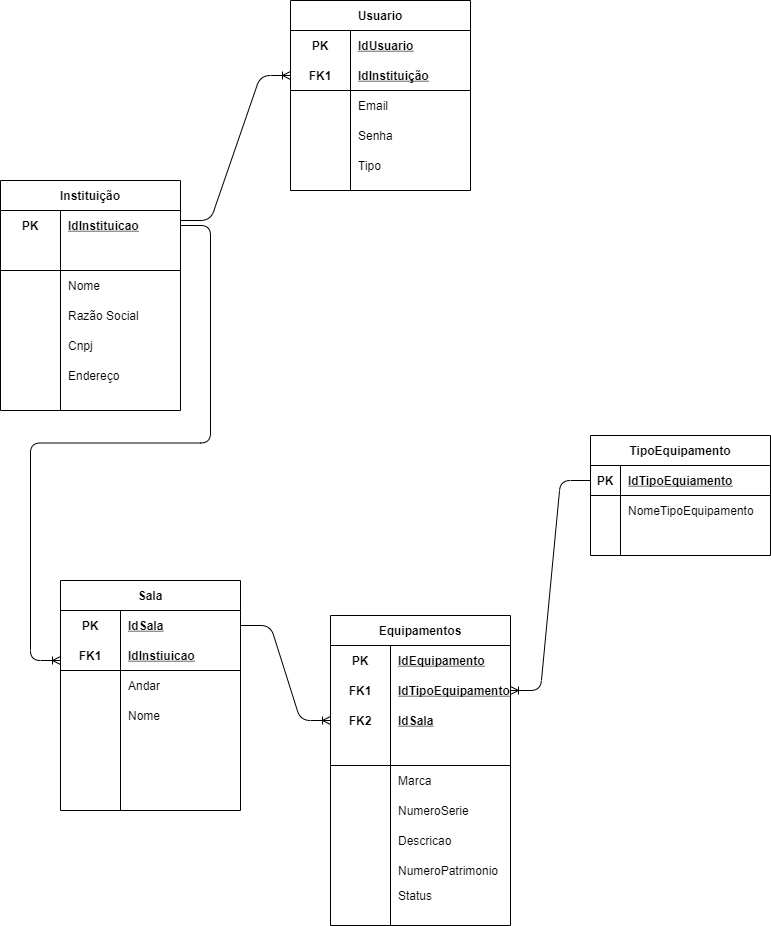
This is Banco de dados/Modelagem/ModelagemBancodeDados-Lógico.png from mateusrodsilva/Projeto_Inicial-3T, a draw.io export, as it was before one commit. Source tidied: cells renumbered, new cells last; positions are measured from the earlier drawing's top-left corner, leaving out a move shared by most shapes. Source of this version:
```xml
<mxGraphModel>
  <root>
    <mxCell id="0" />
    <mxCell id="1" parent="0" />
    <mxCell id="2" value="Usuario" style="shape=table;startSize=30;rowLines=0;fontStyle=1;align=center;" parent="1" vertex="1">
      <mxGeometry x="290" width="180" height="190" as="geometry" />
    </mxCell>
    <mxCell id="3" style="shape=partialRectangle;fillColor=none;top=0;left=0;bottom=0;right=0;" parent="2" vertex="1">
      <mxGeometry y="30" width="180" height="30" as="geometry" />
    </mxCell>
    <mxCell id="4" value="PK" style="shape=partialRectangle;fillColor=none;top=0;left=0;bottom=0;right=0;fontStyle=1;overflow=hidden;" parent="3" vertex="1">
      <mxGeometry width="60" height="30" as="geometry" />
    </mxCell>
    <mxCell id="5" value="IdUsuario" style="shape=partialRectangle;fillColor=none;top=0;left=0;bottom=0;right=0;align=left;spacingLeft=6;fontStyle=5;overflow=hidden;" parent="3" vertex="1">
      <mxGeometry x="60" width="120" height="30" as="geometry" />
    </mxCell>
    <mxCell id="6" style="shape=partialRectangle;fillColor=none;top=0;left=0;bottom=1;right=0;points=[[0,0.5],[1,0.5]];portConstraint=eastwest;" parent="2" vertex="1">
      <mxGeometry y="60" width="180" height="30" as="geometry" />
    </mxCell>
    <mxCell id="7" value="FK1" style="shape=partialRectangle;fillColor=none;top=0;left=0;bottom=0;right=0;fontStyle=1;overflow=hidden;" parent="6" vertex="1">
      <mxGeometry width="60" height="30" as="geometry" />
    </mxCell>
    <mxCell id="8" value="IdInstituição" style="shape=partialRectangle;fillColor=none;top=0;left=0;bottom=0;right=0;align=left;spacingLeft=6;fontStyle=5;overflow=hidden;" parent="6" vertex="1">
      <mxGeometry x="60" width="120" height="30" as="geometry" />
    </mxCell>
    <mxCell id="9" style="shape=partialRectangle;fillColor=none;top=0;left=0;bottom=0;right=0;" parent="2" vertex="1">
      <mxGeometry y="90" width="180" height="30" as="geometry" />
    </mxCell>
    <mxCell id="10" style="shape=partialRectangle;fillColor=none;top=0;left=0;bottom=0;right=0;overflow=hidden;" parent="9" vertex="1">
      <mxGeometry width="60" height="30" as="geometry" />
    </mxCell>
    <mxCell id="11" value="Email" style="shape=partialRectangle;fillColor=none;top=0;left=0;bottom=0;right=0;align=left;spacingLeft=6;overflow=hidden;" parent="9" vertex="1">
      <mxGeometry x="60" width="120" height="30" as="geometry" />
    </mxCell>
    <mxCell id="12" style="shape=partialRectangle;fillColor=none;top=0;left=0;bottom=0;right=0;" parent="2" vertex="1">
      <mxGeometry y="120" width="180" height="30" as="geometry" />
    </mxCell>
    <mxCell id="13" style="shape=partialRectangle;fillColor=none;top=0;left=0;bottom=0;right=0;overflow=hidden;" parent="12" vertex="1">
      <mxGeometry width="60" height="30" as="geometry" />
    </mxCell>
    <mxCell id="14" value="Senha" style="shape=partialRectangle;fillColor=none;top=0;left=0;bottom=0;right=0;align=left;spacingLeft=6;overflow=hidden;" parent="12" vertex="1">
      <mxGeometry x="60" width="120" height="30" as="geometry" />
    </mxCell>
    <mxCell id="15" value="TipoEquipamento" style="shape=table;startSize=30;rowLines=0;fontStyle=1;align=center;" parent="1" vertex="1">
      <mxGeometry x="590" y="435" width="180" height="120" as="geometry" />
    </mxCell>
    <mxCell id="16" style="shape=partialRectangle;fillColor=none;top=0;left=0;bottom=1;right=0;points=[[0,0.5],[1,0.5]];portConstraint=eastwest;" parent="15" vertex="1">
      <mxGeometry y="30" width="180" height="30" as="geometry" />
    </mxCell>
    <mxCell id="17" value="PK" style="shape=partialRectangle;fillColor=none;top=0;left=0;bottom=0;right=0;fontStyle=1;overflow=hidden;" parent="16" vertex="1">
      <mxGeometry width="30" height="30" as="geometry" />
    </mxCell>
    <mxCell id="18" value="IdTipoEquiamento" style="shape=partialRectangle;fillColor=none;top=0;left=0;bottom=0;right=0;align=left;spacingLeft=6;fontStyle=5;overflow=hidden;" parent="16" vertex="1">
      <mxGeometry x="30" width="150" height="30" as="geometry" />
    </mxCell>
    <mxCell id="19" style="shape=partialRectangle;fillColor=none;top=0;left=0;bottom=0;right=0;" parent="15" vertex="1">
      <mxGeometry y="60" width="180" height="30" as="geometry" />
    </mxCell>
    <mxCell id="20" style="shape=partialRectangle;fillColor=none;top=0;left=0;bottom=0;right=0;overflow=hidden;" parent="19" vertex="1">
      <mxGeometry width="30" height="30" as="geometry" />
    </mxCell>
    <mxCell id="21" value="NomeTipoEquipamento" style="shape=partialRectangle;fillColor=none;top=0;left=0;bottom=0;right=0;align=left;spacingLeft=6;overflow=hidden;" parent="19" vertex="1">
      <mxGeometry x="30" width="150" height="30" as="geometry" />
    </mxCell>
    <mxCell id="22" style="shape=partialRectangle;fillColor=none;top=0;left=0;bottom=0;right=0;" parent="15" vertex="1">
      <mxGeometry y="90" width="180" height="30" as="geometry" />
    </mxCell>
    <mxCell id="23" style="shape=partialRectangle;fillColor=none;top=0;left=0;bottom=0;right=0;overflow=hidden;" parent="22" vertex="1">
      <mxGeometry width="30" height="30" as="geometry" />
    </mxCell>
    <mxCell id="24" style="shape=partialRectangle;fillColor=none;top=0;left=0;bottom=0;right=0;align=left;spacingLeft=6;overflow=hidden;" parent="22" vertex="1">
      <mxGeometry x="30" width="150" height="30" as="geometry" />
    </mxCell>
    <mxCell id="25" value="Equipamentos" style="shape=table;startSize=30;rowLines=0;fontStyle=1;align=center;" parent="1" vertex="1">
      <mxGeometry x="330" y="615" width="180" height="310" as="geometry" />
    </mxCell>
    <mxCell id="26" style="shape=partialRectangle;fillColor=none;top=0;left=0;bottom=0;right=0;" parent="25" vertex="1">
      <mxGeometry y="30" width="180" height="30" as="geometry" />
    </mxCell>
    <mxCell id="27" value="PK" style="shape=partialRectangle;fillColor=none;top=0;left=0;bottom=0;right=0;fontStyle=1;overflow=hidden;" parent="26" vertex="1">
      <mxGeometry width="60" height="30" as="geometry" />
    </mxCell>
    <mxCell id="28" value="IdEquipamento" style="shape=partialRectangle;fillColor=none;top=0;left=0;bottom=0;right=0;align=left;spacingLeft=6;fontStyle=5;overflow=hidden;" parent="26" vertex="1">
      <mxGeometry x="60" width="120" height="30" as="geometry" />
    </mxCell>
    <mxCell id="29" style="shape=partialRectangle;fillColor=none;top=0;left=0;bottom=1;right=0;points=[[0,0.5],[1,0.5]];portConstraint=eastwest;" parent="25" vertex="1">
      <mxGeometry y="60" width="180" height="90" as="geometry" />
    </mxCell>
    <mxCell id="30" value="FK2" style="shape=partialRectangle;fillColor=none;top=0;left=0;bottom=0;right=0;fontStyle=1;overflow=hidden;" parent="29" vertex="1">
      <mxGeometry width="60" height="90" as="geometry" />
    </mxCell>
    <mxCell id="31" value="IdSala" style="shape=partialRectangle;fillColor=none;top=0;left=0;bottom=0;right=0;align=left;spacingLeft=6;fontStyle=5;overflow=hidden;" parent="29" vertex="1">
      <mxGeometry x="60" width="120" height="90" as="geometry" />
    </mxCell>
    <mxCell id="32" style="shape=partialRectangle;fillColor=none;top=0;left=0;bottom=0;right=0;" parent="25" vertex="1">
      <mxGeometry y="150" width="180" height="30" as="geometry" />
    </mxCell>
    <mxCell id="33" style="shape=partialRectangle;fillColor=none;top=0;left=0;bottom=0;right=0;overflow=hidden;" parent="32" vertex="1">
      <mxGeometry width="60" height="30" as="geometry" />
    </mxCell>
    <mxCell id="34" value="Marca" style="shape=partialRectangle;fillColor=none;top=0;left=0;bottom=0;right=0;align=left;spacingLeft=6;overflow=hidden;" parent="32" vertex="1">
      <mxGeometry x="60" width="120" height="30" as="geometry" />
    </mxCell>
    <mxCell id="35" style="shape=partialRectangle;fillColor=none;top=0;left=0;bottom=0;right=0;" parent="25" vertex="1">
      <mxGeometry y="180" width="180" height="30" as="geometry" />
    </mxCell>
    <mxCell id="36" style="shape=partialRectangle;fillColor=none;top=0;left=0;bottom=0;right=0;overflow=hidden;" parent="35" vertex="1">
      <mxGeometry width="60" height="30" as="geometry" />
    </mxCell>
    <mxCell id="37" value="NumeroSerie" style="shape=partialRectangle;fillColor=none;top=0;left=0;bottom=0;right=0;align=left;spacingLeft=6;overflow=hidden;" parent="35" vertex="1">
      <mxGeometry x="60" width="120" height="30" as="geometry" />
    </mxCell>
    <mxCell id="38" style="shape=partialRectangle;fillColor=none;top=0;left=0;bottom=0;right=0;points=[[0,0.5],[1,0.5]];portConstraint=eastwest;" parent="1" vertex="1">
      <mxGeometry x="330" y="675" width="180" height="30" as="geometry" />
    </mxCell>
    <mxCell id="39" value="FK1" style="shape=partialRectangle;fillColor=none;top=0;left=0;bottom=0;right=0;fontStyle=1;overflow=hidden;" parent="38" vertex="1">
      <mxGeometry width="60" height="30" as="geometry" />
    </mxCell>
    <mxCell id="40" value="IdTipoEquipamento" style="shape=partialRectangle;fillColor=none;top=0;left=0;bottom=0;right=0;align=left;spacingLeft=6;fontStyle=5;overflow=hidden;" parent="38" vertex="1">
      <mxGeometry x="60" width="120" height="30" as="geometry" />
    </mxCell>
    <mxCell id="41" style="shape=partialRectangle;fillColor=none;top=0;left=0;bottom=0;right=0;" parent="1" vertex="1">
      <mxGeometry x="330" y="825" width="180" height="30" as="geometry" />
    </mxCell>
    <mxCell id="42" style="shape=partialRectangle;fillColor=none;top=0;left=0;bottom=0;right=0;overflow=hidden;" parent="41" vertex="1">
      <mxGeometry width="60" height="30" as="geometry" />
    </mxCell>
    <mxCell id="43" value="Descricao" style="shape=partialRectangle;fillColor=none;top=0;left=0;bottom=0;right=0;align=left;spacingLeft=6;overflow=hidden;" parent="41" vertex="1">
      <mxGeometry x="60" width="120" height="30" as="geometry" />
    </mxCell>
    <mxCell id="44" style="shape=partialRectangle;fillColor=none;top=0;left=0;bottom=0;right=0;" parent="1" vertex="1">
      <mxGeometry x="330" y="855" width="180" height="30" as="geometry" />
    </mxCell>
    <mxCell id="45" style="shape=partialRectangle;fillColor=none;top=0;left=0;bottom=0;right=0;overflow=hidden;" parent="44" vertex="1">
      <mxGeometry width="60" height="30" as="geometry" />
    </mxCell>
    <mxCell id="46" value="NumeroPatrimonio" style="shape=partialRectangle;fillColor=none;top=0;left=0;bottom=0;right=0;align=left;spacingLeft=6;overflow=hidden;" parent="44" vertex="1">
      <mxGeometry x="60" width="120" height="30" as="geometry" />
    </mxCell>
    <mxCell id="47" style="shape=partialRectangle;fillColor=none;top=0;left=0;bottom=0;right=0;" parent="1" vertex="1">
      <mxGeometry x="330" y="880" width="180" height="30" as="geometry" />
    </mxCell>
    <mxCell id="48" style="shape=partialRectangle;fillColor=none;top=0;left=0;bottom=0;right=0;overflow=hidden;" parent="47" vertex="1">
      <mxGeometry width="60" height="30" as="geometry" />
    </mxCell>
    <mxCell id="49" value="Status" style="shape=partialRectangle;fillColor=none;top=0;left=0;bottom=0;right=0;align=left;spacingLeft=6;overflow=hidden;" parent="47" vertex="1">
      <mxGeometry x="60" width="120" height="30" as="geometry" />
    </mxCell>
    <mxCell id="50" style="edgeStyle=entityRelationEdgeStyle;fontSize=12;html=1;endArrow=ERoneToMany;exitX=1;exitY=0.5;exitDx=0;exitDy=0;entryX=0;entryY=0.5;entryDx=0;entryDy=0;" parent="1" edge="1" source="74" target="29">
      <mxGeometry relative="1" as="geometry" />
    </mxCell>
    <mxCell id="51" style="edgeStyle=entityRelationEdgeStyle;fontSize=12;html=1;endArrow=ERoneToMany;exitX=0;exitY=0.5;exitDx=0;exitDy=0;entryX=1;entryY=0.5;entryDx=0;entryDy=0;" parent="1" edge="1" source="16" target="38">
      <mxGeometry relative="1" as="geometry" />
    </mxCell>
    <mxCell id="52" value="Instituição" style="shape=table;startSize=30;rowLines=0;fontStyle=1;align=center;" parent="1" vertex="1">
      <mxGeometry y="180" width="180" height="230" as="geometry" />
    </mxCell>
    <mxCell id="53" style="shape=partialRectangle;fillColor=none;top=0;left=0;bottom=0;right=0;points=[[0,0.5],[1,0.5]];portConstraint=eastwest;" parent="52" vertex="1">
      <mxGeometry y="30" width="180" height="30" as="geometry" />
    </mxCell>
    <mxCell id="54" value="PK" style="shape=partialRectangle;fillColor=none;top=0;left=0;bottom=0;right=0;fontStyle=1;overflow=hidden;" parent="53" vertex="1">
      <mxGeometry width="60" height="30" as="geometry" />
    </mxCell>
    <mxCell id="55" value="IdInstituicao" style="shape=partialRectangle;fillColor=none;top=0;left=0;bottom=0;right=0;align=left;spacingLeft=6;fontStyle=5;overflow=hidden;" parent="53" vertex="1">
      <mxGeometry x="60" width="120" height="30" as="geometry" />
    </mxCell>
    <mxCell id="56" style="shape=partialRectangle;fillColor=none;top=0;left=0;bottom=1;right=0;" parent="52" vertex="1">
      <mxGeometry y="60" width="180" height="30" as="geometry" />
    </mxCell>
    <mxCell id="57" style="shape=partialRectangle;fillColor=none;top=0;left=0;bottom=0;right=0;fontStyle=1;overflow=hidden;" parent="56" vertex="1">
      <mxGeometry width="60" height="30" as="geometry" />
    </mxCell>
    <mxCell id="58" style="shape=partialRectangle;fillColor=none;top=0;left=0;bottom=0;right=0;align=left;spacingLeft=6;fontStyle=5;overflow=hidden;" parent="56" vertex="1">
      <mxGeometry x="60" width="120" height="30" as="geometry" />
    </mxCell>
    <mxCell id="59" style="shape=partialRectangle;fillColor=none;top=0;left=0;bottom=0;right=0;" parent="52" vertex="1">
      <mxGeometry y="90" width="180" height="30" as="geometry" />
    </mxCell>
    <mxCell id="60" style="shape=partialRectangle;fillColor=none;top=0;left=0;bottom=0;right=0;overflow=hidden;" parent="59" vertex="1">
      <mxGeometry width="60" height="30" as="geometry" />
    </mxCell>
    <mxCell id="61" value="Nome " style="shape=partialRectangle;fillColor=none;top=0;left=0;bottom=0;right=0;align=left;spacingLeft=6;overflow=hidden;" parent="59" vertex="1">
      <mxGeometry x="60" width="120" height="30" as="geometry" />
    </mxCell>
    <mxCell id="62" style="shape=partialRectangle;fillColor=none;top=0;left=0;bottom=0;right=0;" parent="52" vertex="1">
      <mxGeometry y="120" width="180" height="30" as="geometry" />
    </mxCell>
    <mxCell id="63" style="shape=partialRectangle;fillColor=none;top=0;left=0;bottom=0;right=0;overflow=hidden;" parent="62" vertex="1">
      <mxGeometry width="60" height="30" as="geometry" />
    </mxCell>
    <mxCell id="64" value="Razão Social" style="shape=partialRectangle;fillColor=none;top=0;left=0;bottom=0;right=0;align=left;spacingLeft=6;overflow=hidden;" parent="62" vertex="1">
      <mxGeometry x="60" width="120" height="30" as="geometry" />
    </mxCell>
    <mxCell id="65" style="edgeStyle=entityRelationEdgeStyle;fontSize=12;html=1;endArrow=ERoneToMany;entryX=0;entryY=0.5;entryDx=0;entryDy=0;" parent="1" edge="1" target="6">
      <mxGeometry relative="1" as="geometry">
        <mxPoint x="180" y="220" as="sourcePoint" />
      </mxGeometry>
    </mxCell>
    <mxCell id="66" style="edgeStyle=entityRelationEdgeStyle;fontSize=12;html=1;endArrow=ERoneToMany;exitX=1;exitY=0.5;exitDx=0;exitDy=0;" parent="1" edge="1" source="53">
      <mxGeometry relative="1" as="geometry">
        <mxPoint x="60" y="660" as="targetPoint" />
      </mxGeometry>
    </mxCell>
    <mxCell id="67" value="Cnpj" style="shape=partialRectangle;fillColor=none;top=0;left=0;bottom=0;right=0;align=left;spacingLeft=6;overflow=hidden;" parent="1" vertex="1">
      <mxGeometry x="60" y="330" width="120" height="30" as="geometry" />
    </mxCell>
    <mxCell id="68" value="Endereço" style="shape=partialRectangle;fillColor=none;top=0;left=0;bottom=0;right=0;align=left;spacingLeft=6;overflow=hidden;" parent="1" vertex="1">
      <mxGeometry x="60" y="360" width="120" height="30" as="geometry" />
    </mxCell>
    <mxCell id="69" style="shape=partialRectangle;fillColor=none;top=0;left=0;bottom=0;right=0;" parent="1" vertex="1">
      <mxGeometry x="290" y="150" width="180" height="30" as="geometry" />
    </mxCell>
    <mxCell id="70" style="shape=partialRectangle;fillColor=none;top=0;left=0;bottom=0;right=0;overflow=hidden;" parent="69" vertex="1">
      <mxGeometry width="60" height="30" as="geometry" />
    </mxCell>
    <mxCell id="71" value="Tipo" style="shape=partialRectangle;fillColor=none;top=0;left=0;bottom=0;right=0;align=left;spacingLeft=6;overflow=hidden;" parent="69" vertex="1">
      <mxGeometry x="60" width="120" height="30" as="geometry" />
    </mxCell>
    <mxCell id="72" style="shape=partialRectangle;fillColor=none;top=0;left=0;bottom=0;right=0;align=left;spacingLeft=6;fontStyle=5;overflow=hidden;" parent="1" vertex="1">
      <mxGeometry x="150" y="420" width="120" height="30" as="geometry" />
    </mxCell>
    <mxCell id="73" value="Sala" style="shape=table;startSize=30;rowLines=0;fontStyle=1;align=center;" parent="1" vertex="1">
      <mxGeometry x="60" y="580" width="180" height="230" as="geometry" />
    </mxCell>
    <mxCell id="74" style="shape=partialRectangle;fillColor=none;top=0;left=0;bottom=0;right=0;points=[[0,0.5],[1,0.5]];portConstraint=eastwest;" parent="73" vertex="1">
      <mxGeometry y="30" width="180" height="30" as="geometry" />
    </mxCell>
    <mxCell id="75" value="PK" style="shape=partialRectangle;fillColor=none;top=0;left=0;bottom=0;right=0;fontStyle=1;overflow=hidden;" parent="74" vertex="1">
      <mxGeometry width="60" height="30" as="geometry" />
    </mxCell>
    <mxCell id="76" value="IdSala" style="shape=partialRectangle;fillColor=none;top=0;left=0;bottom=0;right=0;align=left;spacingLeft=6;fontStyle=5;overflow=hidden;" parent="74" vertex="1">
      <mxGeometry x="60" width="120" height="30" as="geometry" />
    </mxCell>
    <mxCell id="77" style="shape=partialRectangle;fillColor=none;top=0;left=0;bottom=1;right=0;" parent="73" vertex="1">
      <mxGeometry y="60" width="180" height="30" as="geometry" />
    </mxCell>
    <mxCell id="78" value="FK1" style="shape=partialRectangle;fillColor=none;top=0;left=0;bottom=0;right=0;fontStyle=1;overflow=hidden;" parent="77" vertex="1">
      <mxGeometry width="60" height="30" as="geometry" />
    </mxCell>
    <mxCell id="79" value="IdInstiuicao" style="shape=partialRectangle;fillColor=none;top=0;left=0;bottom=0;right=0;align=left;spacingLeft=6;fontStyle=5;overflow=hidden;" parent="77" vertex="1">
      <mxGeometry x="60" width="120" height="30" as="geometry" />
    </mxCell>
    <mxCell id="80" style="shape=partialRectangle;fillColor=none;top=0;left=0;bottom=0;right=0;" parent="73" vertex="1">
      <mxGeometry y="90" width="180" height="30" as="geometry" />
    </mxCell>
    <mxCell id="81" style="shape=partialRectangle;fillColor=none;top=0;left=0;bottom=0;right=0;overflow=hidden;" parent="80" vertex="1">
      <mxGeometry width="60" height="30" as="geometry" />
    </mxCell>
    <mxCell id="82" value="Andar " style="shape=partialRectangle;fillColor=none;top=0;left=0;bottom=0;right=0;align=left;spacingLeft=6;overflow=hidden;" parent="80" vertex="1">
      <mxGeometry x="60" width="120" height="30" as="geometry" />
    </mxCell>
    <mxCell id="83" style="shape=partialRectangle;fillColor=none;top=0;left=0;bottom=0;right=0;" parent="73" vertex="1">
      <mxGeometry y="120" width="180" height="30" as="geometry" />
    </mxCell>
    <mxCell id="84" style="shape=partialRectangle;fillColor=none;top=0;left=0;bottom=0;right=0;overflow=hidden;" parent="83" vertex="1">
      <mxGeometry width="60" height="30" as="geometry" />
    </mxCell>
    <mxCell id="85" value="Nome" style="shape=partialRectangle;fillColor=none;top=0;left=0;bottom=0;right=0;align=left;spacingLeft=6;overflow=hidden;" parent="83" vertex="1">
      <mxGeometry x="60" width="120" height="30" as="geometry" />
    </mxCell>
  </root>
</mxGraphModel>
```
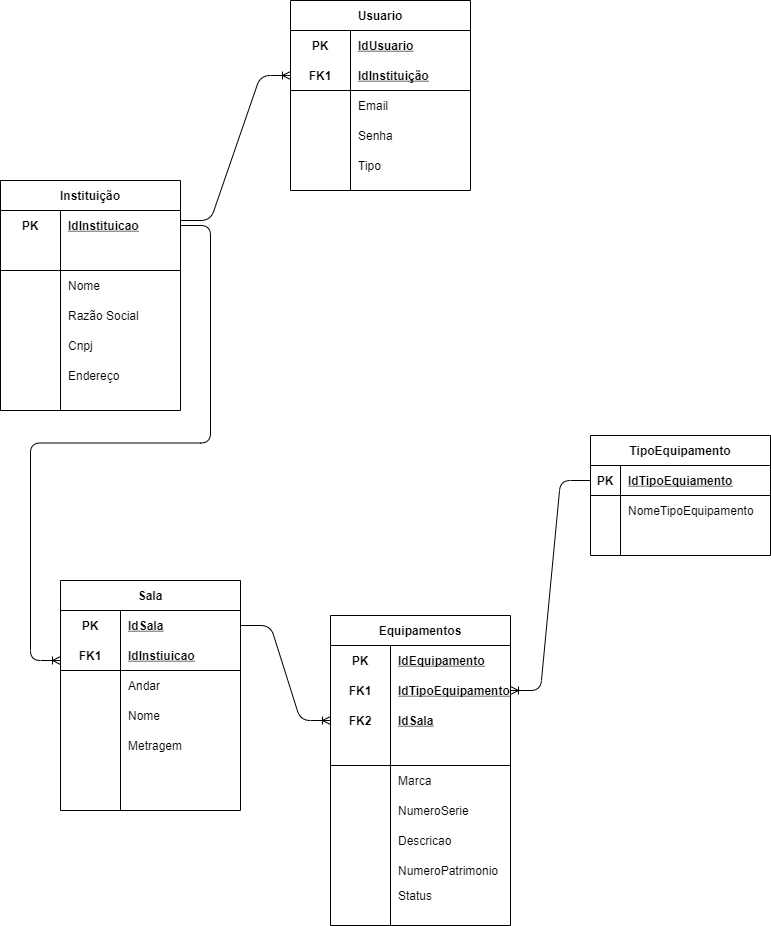
After the commit.

What changed in the source:
```diff
@@ -258,5 +258,14 @@
     <mxCell id="85" value="Nome" style="shape=partialRectangle;fillColor=none;top=0;left=0;bottom=0;right=0;align=left;spacingLeft=6;overflow=hidden;" parent="83" vertex="1">
       <mxGeometry x="60" width="120" height="30" as="geometry" />
     </mxCell>
+    <mxCell id="86" style="shape=partialRectangle;fillColor=none;top=0;left=0;bottom=0;right=0;" parent="1" vertex="1">
+      <mxGeometry x="60" y="730" width="180" height="30" as="geometry" />
+    </mxCell>
+    <mxCell id="87" style="shape=partialRectangle;fillColor=none;top=0;left=0;bottom=0;right=0;overflow=hidden;" parent="86" vertex="1">
+      <mxGeometry width="60" height="30" as="geometry" />
+    </mxCell>
+    <mxCell id="88" value="Metragem" style="shape=partialRectangle;fillColor=none;top=0;left=0;bottom=0;right=0;align=left;spacingLeft=6;overflow=hidden;" parent="86" vertex="1">
+      <mxGeometry x="60" width="120" height="30" as="geometry" />
+    </mxCell>
   </root>
 </mxGraphModel>
```
